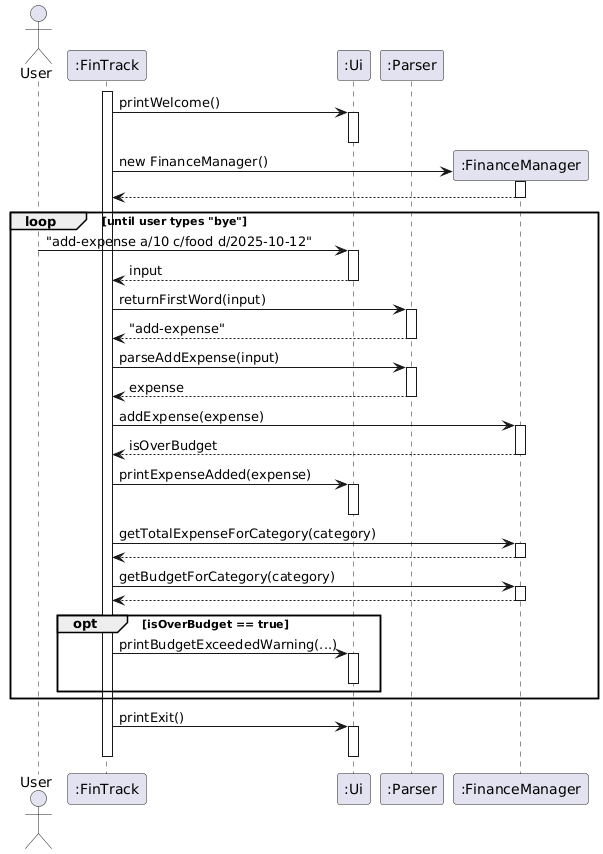
This is docs/images/add_expense.png from AY2526S1-CS2113-W12-4/tp, a PlantUML export, as it was before one commit. Its source is kept beside it as docs/diagrams/add_expense.puml.
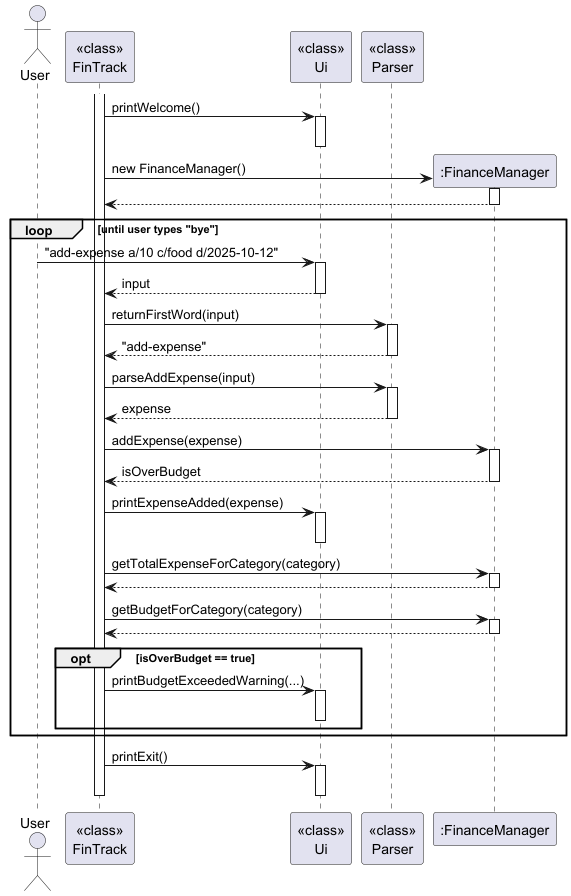
After the change.

What changed in the source:
```diff
@@ -1,8 +1,8 @@
 @startuml
 actor User
-participant ":FinTrack" as FT
-participant ":Ui" as UI
-participant ":Parser" as P
+participant "<<class>>\nFinTrack" as FT
+participant "<<class>>\nUi" as UI
+participant "<<class>>\nParser" as P
 participant ":FinanceManager" as FM
 
 activate FT
```
